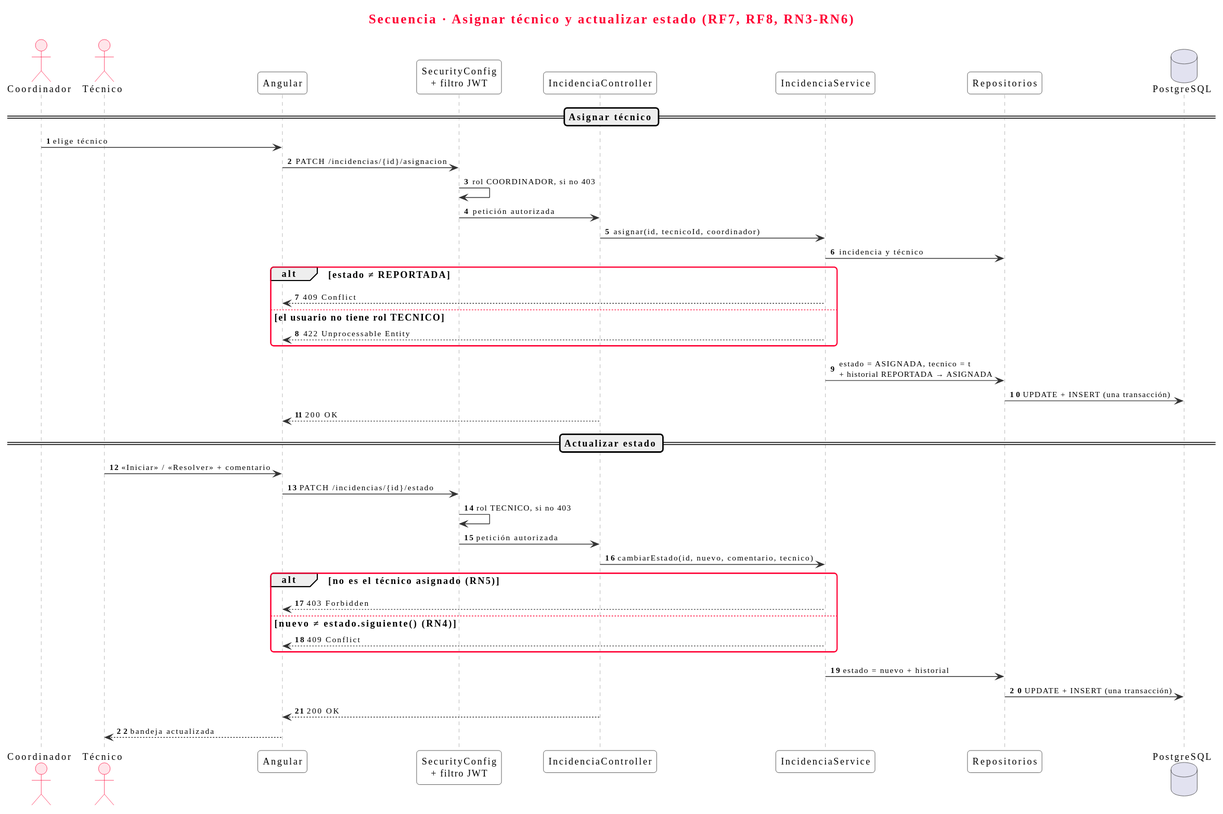
ImWalterGZ/incidencias-mantenimiento keeps this PlantUML diagram as docs/uml/svg/secuencia-estado.svg. Above is the earlier version. The source it was exported from:
```plantuml
@startuml
!include _estilo.iuml
autonumber
title Secuencia · Asignar técnico y actualizar estado (RF7, RF8, RN3-RN6)
actor Coordinador
actor Técnico
participant "Angular" as UI
participant "SecurityConfig\n+ filtro JWT" as SEC
participant "IncidenciaController" as C
participant "IncidenciaService" as S
participant "Repositorios" as R
database PostgreSQL as BD
== Asignar técnico ==
Coordinador -> UI : elige técnico
UI -> SEC : PATCH /incidencias/{id}/asignacion
SEC -> SEC : rol COORDINADOR, si no 403
SEC -> C : petición autorizada
C -> S : asignar(id, tecnicoId, coordinador)
S -> R : incidencia y técnico
alt estado ≠ REPORTADA
  S --> UI : 409 Conflict
else el usuario no tiene rol TECNICO
  S --> UI : 422 Unprocessable Entity
end
S -> R : estado = ASIGNADA, tecnico = t\n+ historial REPORTADA → ASIGNADA
R -> BD : UPDATE + INSERT (una transacción)
C --> UI : 200 OK
== Actualizar estado ==
Técnico -> UI : «Iniciar» / «Resolver» + comentario
UI -> SEC : PATCH /incidencias/{id}/estado
SEC -> SEC : rol TECNICO, si no 403
SEC -> C : petición autorizada
C -> S : cambiarEstado(id, nuevo, comentario, tecnico)
alt no es el técnico asignado (RN5)
  S --> UI : 403 Forbidden
else nuevo ≠ estado.siguiente() (RN4)
  S --> UI : 409 Conflict
end
S -> R : estado = nuevo + historial
R -> BD : UPDATE + INSERT (una transacción)
C --> UI : 200 OK
UI --> Técnico : bandeja actualizada
@enduml
```
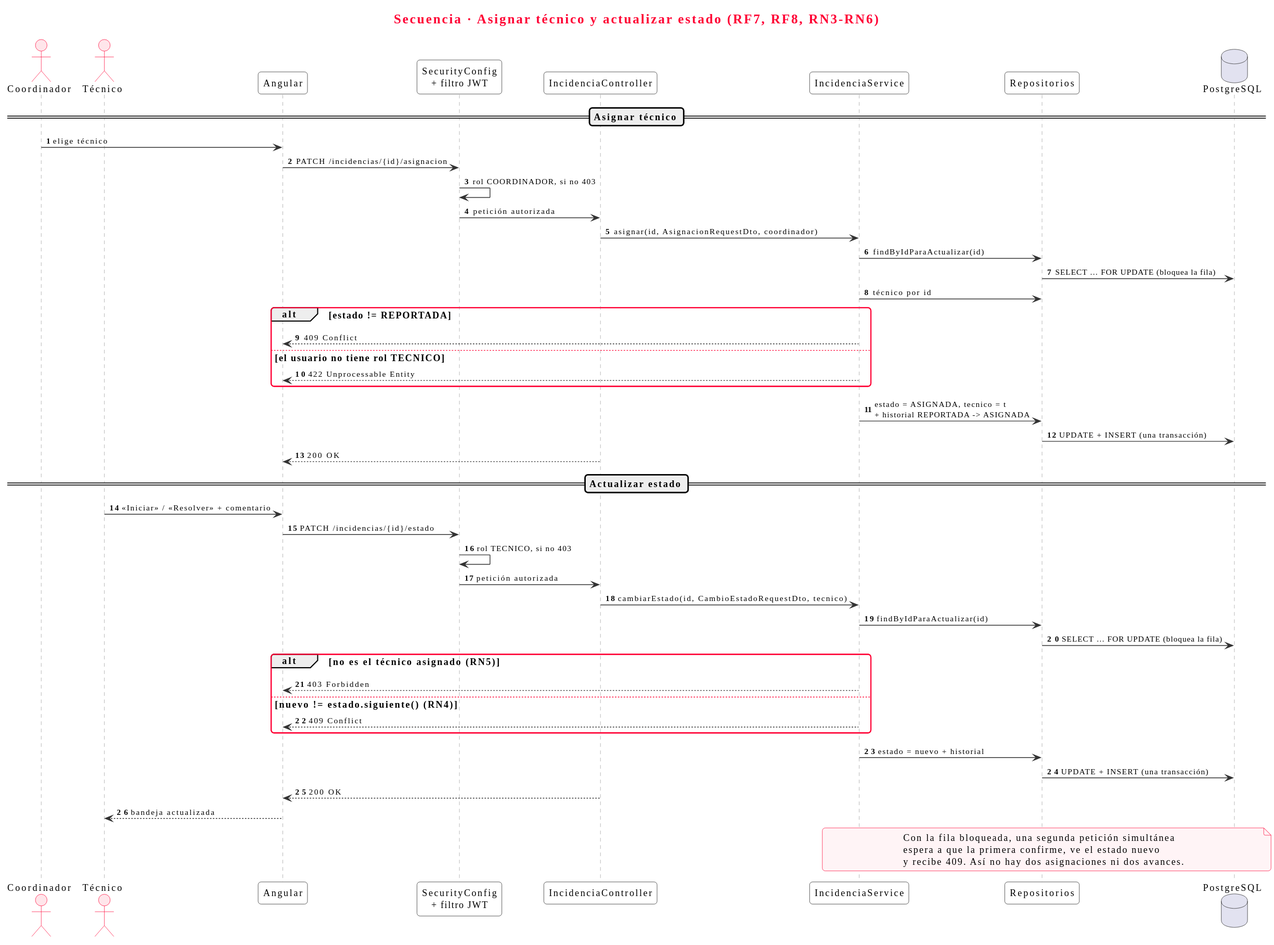
Later version of the same file.

Commit message:
docs: secuencia de estado con bloqueo de fila y DTO; cambios 10 a 13 de la revisión; capturas localizan por id

Change to the diagram source:
```diff
@@ -15,14 +15,16 @@
 UI -> SEC : PATCH /incidencias/{id}/asignacion
 SEC -> SEC : rol COORDINADOR, si no 403
 SEC -> C : petición autorizada
-C -> S : asignar(id, tecnicoId, coordinador)
-S -> R : incidencia y técnico
-alt estado ≠ REPORTADA
+C -> S : asignar(id, AsignacionRequestDto, coordinador)
+S -> R : findByIdParaActualizar(id)
+R -> BD : SELECT … FOR UPDATE (bloquea la fila)
+S -> R : técnico por id
+alt estado != REPORTADA
   S --> UI : 409 Conflict
 else el usuario no tiene rol TECNICO
   S --> UI : 422 Unprocessable Entity
 end
-S -> R : estado = ASIGNADA, tecnico = t\n+ historial REPORTADA → ASIGNADA
+S -> R : estado = ASIGNADA, tecnico = t\n+ historial REPORTADA -> ASIGNADA
 R -> BD : UPDATE + INSERT (una transacción)
 C --> UI : 200 OK
 == Actualizar estado ==
@@ -30,14 +32,21 @@
 UI -> SEC : PATCH /incidencias/{id}/estado
 SEC -> SEC : rol TECNICO, si no 403
 SEC -> C : petición autorizada
-C -> S : cambiarEstado(id, nuevo, comentario, tecnico)
+C -> S : cambiarEstado(id, CambioEstadoRequestDto, tecnico)
+S -> R : findByIdParaActualizar(id)
+R -> BD : SELECT … FOR UPDATE (bloquea la fila)
 alt no es el técnico asignado (RN5)
   S --> UI : 403 Forbidden
-else nuevo ≠ estado.siguiente() (RN4)
+else nuevo != estado.siguiente() (RN4)
   S --> UI : 409 Conflict
 end
 S -> R : estado = nuevo + historial
 R -> BD : UPDATE + INSERT (una transacción)
 C --> UI : 200 OK
 UI --> Técnico : bandeja actualizada
+note over S, BD
+  Con la fila bloqueada, una segunda petición simultánea
+  espera a que la primera confirme, ve el estado nuevo
+  y recibe 409. Así no hay dos asignaciones ni dos avances.
+end note
 @enduml
```
